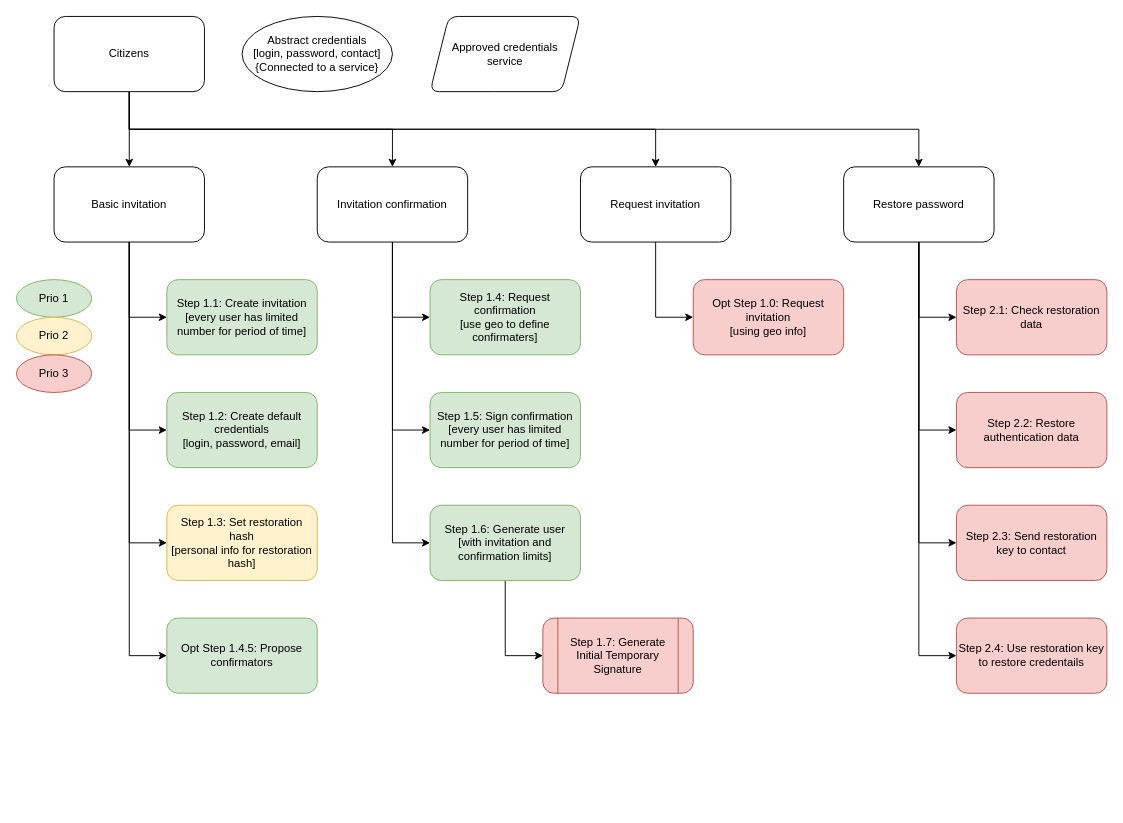
Above: page "A: Citizens" (2 of 6) of architecture/crdesign.drawio in markvandal/ds.info (draw.io), before the change. Source tidied: cells renumbered, new cells numbered last; positions are measured from the earlier drawing's top-left corner, leaving out a move shared by most shapes. Both pictures are drawn from the tidied source at 94%, with x=0, y=0 at pixel (16, 16).
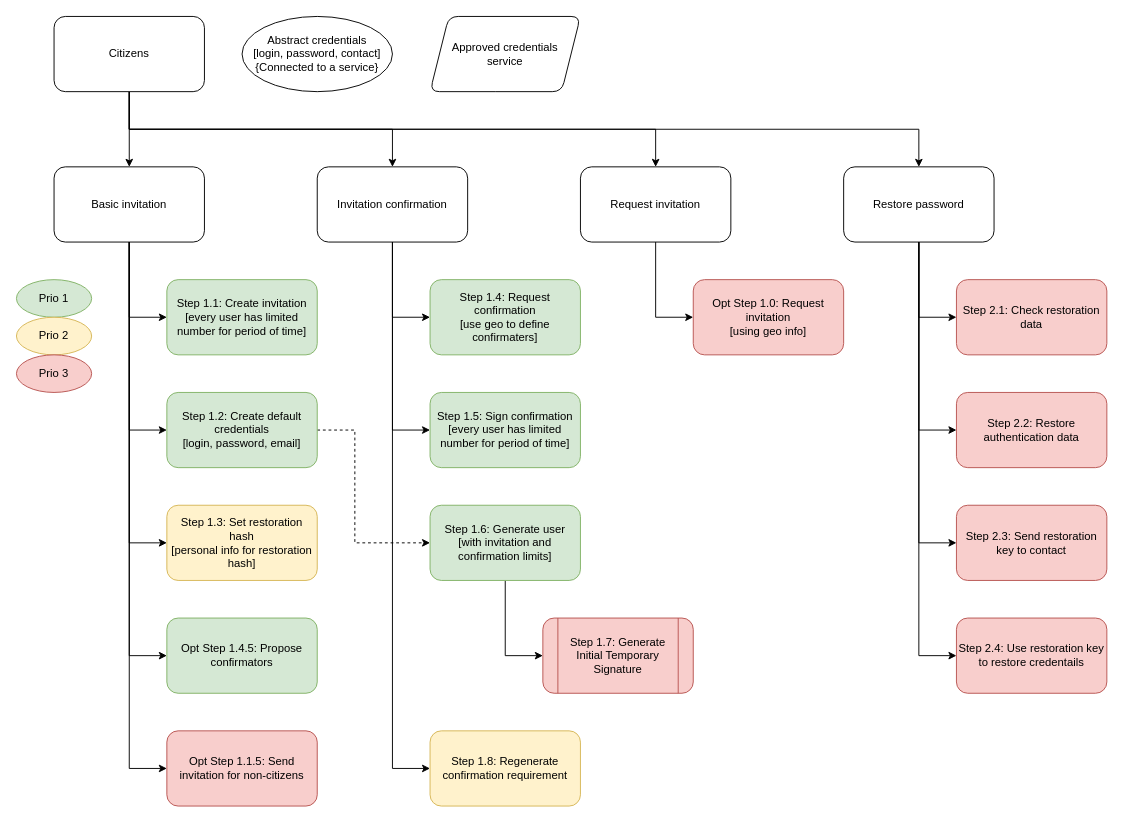
The same page after the edit.

Unchanged cells that the change refers to:
```xml
<mxCell id="10" value="Basic invitation" style="rounded=1;whiteSpace=wrap;html=1;" parent="1" vertex="1">
  <mxGeometry x="40" y="160" width="160" height="80" as="geometry" />
</mxCell>
<mxCell id="13" value="Invitation confirmation" style="rounded=1;whiteSpace=wrap;html=1;" parent="1" vertex="1">
  <mxGeometry x="320" y="160" width="160" height="80" as="geometry" />
</mxCell>
<mxCell id="20" value="Step 1.6: Generate user&lt;br&gt;[with invitation and confirmation limits]" style="rounded=1;whiteSpace=wrap;html=1;fillColor=#d5e8d4;strokeColor=#82b366;" parent="1" vertex="1">
  <mxGeometry x="440" y="520" width="160" height="80" as="geometry" />
</mxCell>
<mxCell id="29" value="Step 1.2: Create default credentials&lt;br&gt;[login, password, email]" style="rounded=1;whiteSpace=wrap;html=1;fillColor=#d5e8d4;strokeColor=#82b366;" parent="1" vertex="1">
  <mxGeometry x="160" y="400" width="160" height="80" as="geometry" />
</mxCell>
```

What changed in the source:
```diff
@@
+    <mxCell id="42" style="edgeStyle=orthogonalEdgeStyle;rounded=0;jettySize=auto;html=1;exitX=0.5;exitY=1;exitDx=0;exitDy=0;entryX=0;entryY=0.5;entryDx=0;entryDy=0;" parent="1" edge="1" source="10" target="44">
+      <mxGeometry relative="1" as="geometry" />
+    </mxCell>
@@
-    <mxCell id="12" style="edgeStyle=orthogonalEdgeStyle;rounded=0;jettySize=auto;html=1;exitX=0.5;exitY=1;exitDx=0;exitDy=0;entryX=0;entryY=0.5;entryDx=0;entryDy=0;" parent="1" edge="1" source="13" target="20">
-      <mxGeometry relative="1" as="geometry" />
+    <mxCell id="12" style="edgeStyle=orthogonalEdgeStyle;rounded=0;jettySize=auto;html=1;exitX=1;exitY=0.5;exitDx=0;exitDy=0;entryX=0;entryY=0.5;entryDx=0;entryDy=0;dashed=1;" parent="1" edge="1" source="29" target="20">
+      <mxGeometry relative="1" as="geometry">
+        <Array as="points">
+          <mxPoint x="360" y="440" />
+          <mxPoint x="360" y="560" />
+        </Array>
+      </mxGeometry>
     </mxCell>
+    <mxCell id="43" style="edgeStyle=orthogonalEdgeStyle;rounded=0;jettySize=auto;html=1;exitX=0.5;exitY=1;exitDx=0;exitDy=0;entryX=0;entryY=0.5;entryDx=0;entryDy=0;" parent="1" edge="1" source="13" target="45">
+      <mxGeometry relative="1" as="geometry" />
+    </mxCell>
@@
+    <mxCell id="44" value="Opt Step 1.1.5: Send invitation for non-citizens" style="rounded=1;whiteSpace=wrap;html=1;fillColor=#f8cecc;strokeColor=#b85450;" parent="1" vertex="1">
+      <mxGeometry x="160" y="760" width="160" height="80" as="geometry" />
+    </mxCell>
+    <mxCell id="45" value="Step 1.8: Regenerate confirmation requirement" style="rounded=1;whiteSpace=wrap;html=1;fillColor=#fff2cc;strokeColor=#d6b656;" parent="1" vertex="1">
+      <mxGeometry x="440" y="760" width="160" height="80" as="geometry" />
+    </mxCell>
```
